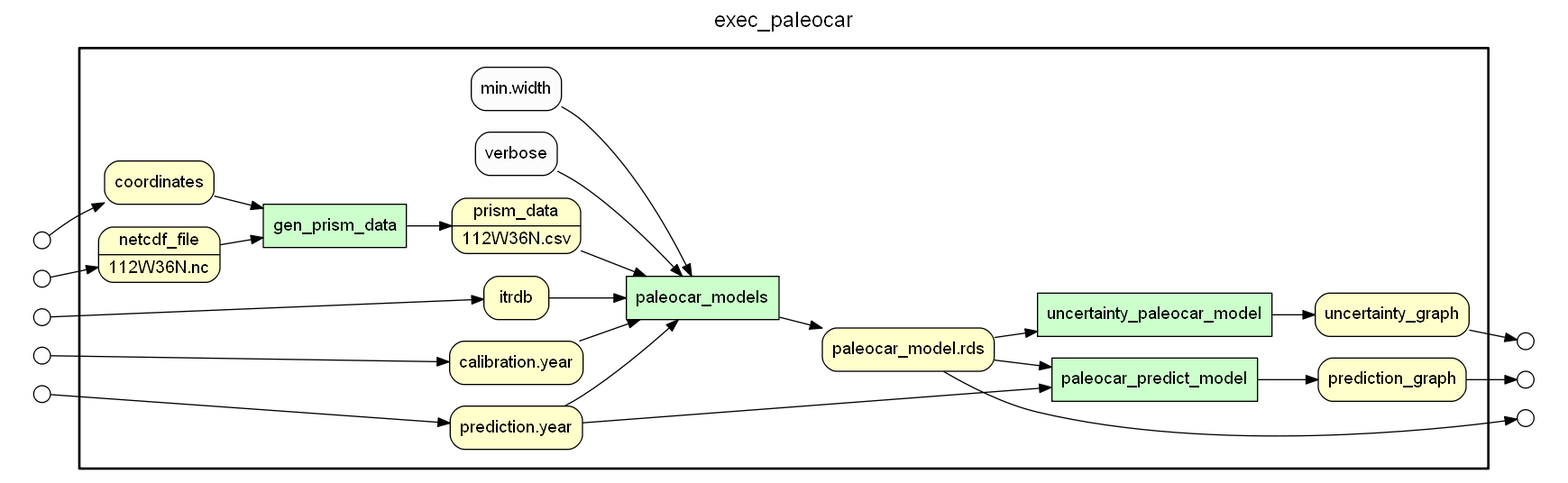
Before: .prov_scripts/graphs/paleocar_data_flow.png, a diagram exported from Graphviz (idaks/wt-prov-Summer-2017). Its source is kept beside it as .prov_scripts/gv_files/paleocar_data_flow.gv.
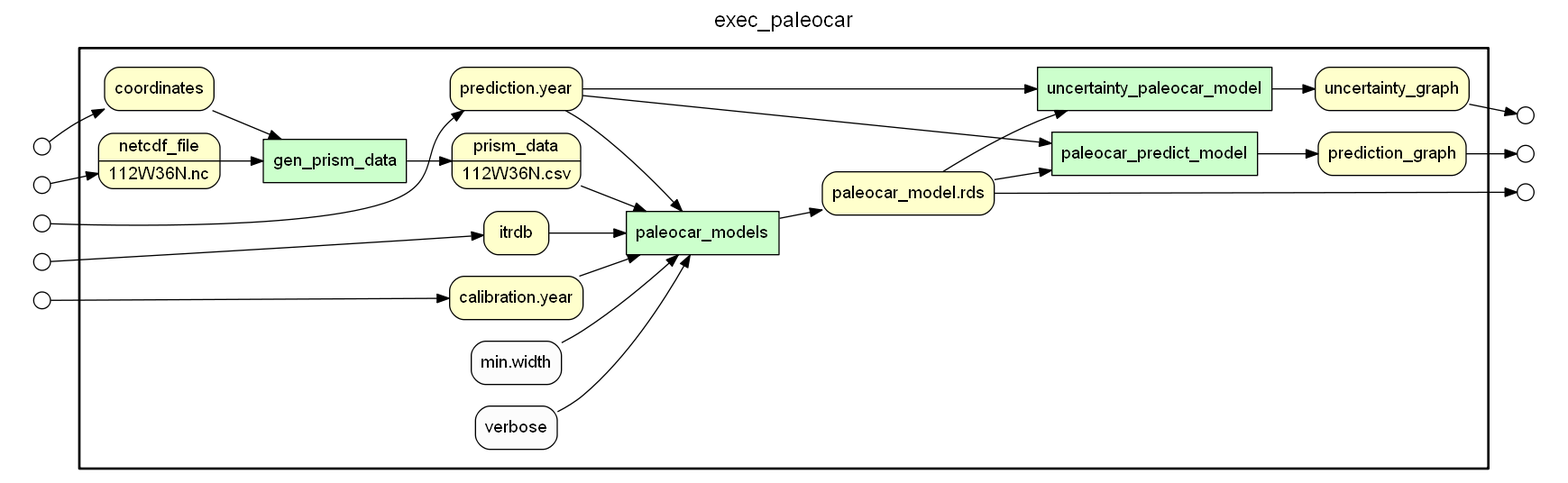
Later version of the same file.

Change to the diagram source:
```diff
@@ -35,6 +35,7 @@
 "prediction.year" -> paleocar_predict_model
 uncertainty_paleocar_model -> uncertainty_graph
 "paleocar_model.rds" -> uncertainty_paleocar_model
+"prediction.year" -> uncertainty_paleocar_model
 }}
 subgraph cluster_input_ports_group_outer { label=""; penwidth=0
 subgraph cluster_input_ports_group_inner { label=""; penwidth=0
```
